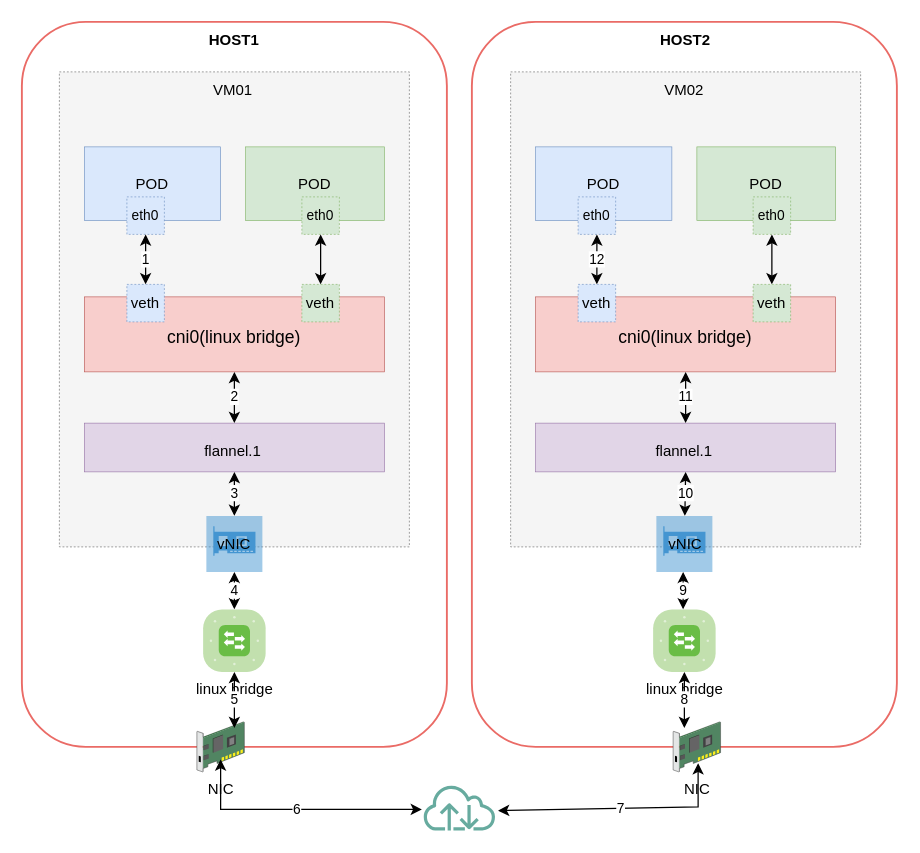
Before: all_in_one_different_host.drawio in qinxinliang/diagrams, a draw.io diagram. Source tidied: cells renumbered, new cells numbered last; positions are measured from the earlier drawing's top-left corner, leaving out a move shared by most shapes. Both pictures are drawn from the tidied source at 125%, with x=0, y=0 at pixel (21, 21).
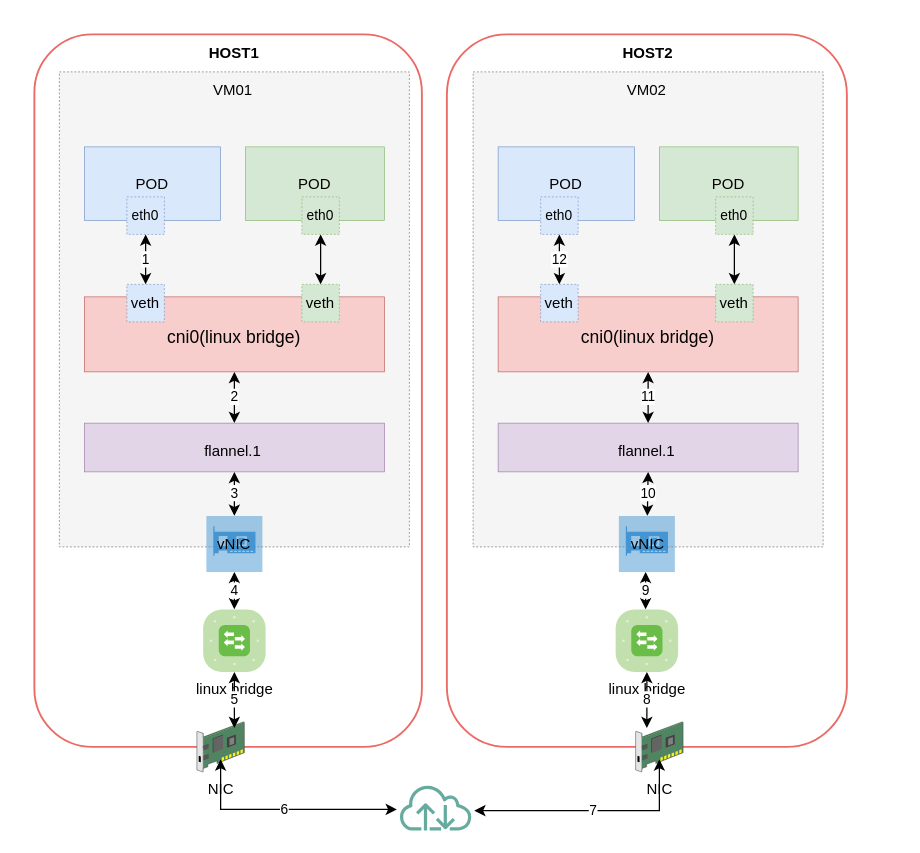
The same page after the edit.

The change refers to these unchanged cells:
```xml
<mxCell id="21" value="NIC" style="shadow=0;dashed=0;html=1;labelPosition=center;verticalLabelPosition=bottom;verticalAlign=top;align=center;outlineConnect=0;shape=mxgraph.veeam.3d.network_card;comic=0;" parent="1" vertex="1">
  <mxGeometry x="140" y="560" width="38" height="40" as="geometry" />
</mxCell>
```

The edit, as a diff of the source:
```diff
@@
     <mxCell id="2" style="rounded=1;whiteSpace=wrap;html=1;strokeWidth=1.5;comic=0;fillColor=none;strokeColor=#EA6B66;" parent="1" vertex="1">
-      <mxGeometry x="360" width="340" height="580" as="geometry" />
+      <mxGeometry x="340" y="10" width="320" height="570" as="geometry" />
     </mxCell>
     <mxCell id="3" style="rounded=1;whiteSpace=wrap;html=1;strokeWidth=1.5;comic=0;fillColor=none;strokeColor=#EA6B66;" parent="1" vertex="1">
-      <mxGeometry width="340" height="580" as="geometry" />
+      <mxGeometry x="10" y="10" width="310" height="570" as="geometry" />
     </mxCell>
@@
     <mxCell id="17" style="rounded=0;whiteSpace=wrap;html=1;strokeWidth=0.5;dashed=1;fillColor=#f5f5f5;fontColor=#333333;strokeColor=#666666;comic=0;" parent="1" vertex="1">
-      <mxGeometry x="391" y="40" width="280" height="380" as="geometry" />
+      <mxGeometry x="361" y="40" width="280" height="380" as="geometry" />
     </mxCell>
     <mxCell id="18" value="POD" style="rounded=0;whiteSpace=wrap;html=1;strokeWidth=0.5;fillColor=#dae8fc;strokeColor=#6c8ebf;comic=0;" parent="1" vertex="1">
-      <mxGeometry x="411" y="100" width="109" height="59" as="geometry" />
+      <mxGeometry x="381" y="100" width="109" height="59" as="geometry" />
     </mxCell>
     <mxCell id="19" value="&lt;div&gt;&lt;br&gt;&lt;/div&gt;&lt;div&gt;cni0(linux bridge)&lt;/div&gt;" style="whiteSpace=wrap;html=1;fillColor=#f8cecc;fontSize=14;strokeColor=#b85450;verticalAlign=top;strokeWidth=0.5;comic=0;" parent="1" vertex="1">
-      <mxGeometry x="411" y="220" width="240" height="60" as="geometry" />
+      <mxGeometry x="381" y="220" width="240" height="60" as="geometry" />
     </mxCell>
     <mxCell id="20" value="VM02" style="text;html=1;strokeColor=none;fillColor=none;align=center;verticalAlign=middle;whiteSpace=wrap;rounded=0;comic=0;" parent="1" vertex="1">
-      <mxGeometry x="500" y="40" width="60" height="30" as="geometry" />
+      <mxGeometry x="470" y="40" width="60" height="30" as="geometry" />
     </mxCell>
@@
     <mxCell id="22" value="POD" style="rounded=0;whiteSpace=wrap;html=1;strokeWidth=0.5;fillColor=#d5e8d4;strokeColor=#82b366;comic=0;" parent="1" vertex="1">
-      <mxGeometry x="540" y="100" width="111" height="59" as="geometry" />
+      <mxGeometry x="510" y="100" width="111" height="59" as="geometry" />
     </mxCell>
     <mxCell id="23" value="&lt;font style=&quot;font-size: 11px;&quot;&gt;eth0&lt;/font&gt;" style="rounded=0;whiteSpace=wrap;html=1;strokeWidth=0.5;fillColor=#dae8fc;strokeColor=#6c8ebf;dashed=1;comic=0;" parent="1" vertex="1">
-      <mxGeometry x="445" y="140" width="30" height="30" as="geometry" />
+      <mxGeometry x="415" y="140" width="30" height="30" as="geometry" />
     </mxCell>
     <mxCell id="24" value="veth" style="rounded=0;whiteSpace=wrap;html=1;strokeWidth=0.5;fillColor=#dae8fc;strokeColor=#6c8ebf;dashed=1;comic=0;" parent="1" vertex="1">
-      <mxGeometry x="445" y="210" width="30" height="30" as="geometry" />
+      <mxGeometry x="415" y="210" width="30" height="30" as="geometry" />
     </mxCell>
@@
     <mxCell id="26" value="&lt;font style=&quot;font-size: 11px;&quot;&gt;eth0&lt;/font&gt;" style="rounded=0;whiteSpace=wrap;html=1;strokeWidth=0.5;fillColor=#d5e8d4;strokeColor=#82b366;dashed=1;comic=0;" parent="1" vertex="1">
-      <mxGeometry x="585" y="140" width="30" height="30" as="geometry" />
+      <mxGeometry x="555" y="140" width="30" height="30" as="geometry" />
     </mxCell>
     <mxCell id="27" value="veth" style="rounded=0;whiteSpace=wrap;html=1;strokeWidth=0.5;fillColor=#d5e8d4;strokeColor=#82b366;dashed=1;comic=0;" parent="1" vertex="1">
-      <mxGeometry x="585" y="210" width="30" height="30" as="geometry" />
+      <mxGeometry x="555" y="210" width="30" height="30" as="geometry" />
     </mxCell>
@@
     <mxCell id="29" style="whiteSpace=wrap;html=1;fillColor=#e1d5e7;fontSize=14;strokeColor=#9673a6;verticalAlign=top;strokeWidth=0.5;comic=0;" parent="1" vertex="1">
-      <mxGeometry x="411" y="321" width="240" height="39" as="geometry" />
+      <mxGeometry x="381" y="321" width="240" height="39" as="geometry" />
     </mxCell>
     <mxCell id="30" value="&lt;div&gt;&lt;br&gt;&lt;/div&gt;&lt;div&gt;flannel.1&lt;/div&gt;" style="text;html=1;strokeColor=none;fillColor=none;align=center;verticalAlign=middle;whiteSpace=wrap;rounded=0;comic=0;" parent="1" vertex="1">
-      <mxGeometry x="500" y="331" width="60" height="10" as="geometry" />
+      <mxGeometry x="470" y="331" width="60" height="10" as="geometry" />
     </mxCell>
@@
     <mxCell id="36" style="shadow=0;dashed=0;html=1;strokeColor=none;fillColor=#4495D1;labelPosition=center;verticalLabelPosition=bottom;verticalAlign=top;align=center;outlineConnect=0;shape=mxgraph.veeam.2d.vnic;comic=0;" parent="1" vertex="1">
-      <mxGeometry x="507.6" y="395.2" width="44.8" height="44.8" as="geometry" />
+      <mxGeometry x="477.6" y="395.2" width="44.8" height="44.8" as="geometry" />
     </mxCell>
@@
     <mxCell id="38" value="&lt;b&gt;HOST1&lt;/b&gt;" style="text;html=1;strokeColor=none;fillColor=none;align=center;verticalAlign=middle;whiteSpace=wrap;rounded=0;comic=0;" parent="1" vertex="1">
-      <mxGeometry x="140" width="60" height="30" as="geometry" />
+      <mxGeometry x="140" y="10" width="60" height="30" as="geometry" />
     </mxCell>
@@
     <mxCell id="40" value="vNIC" style="text;html=1;strokeColor=none;fillColor=none;align=center;verticalAlign=middle;whiteSpace=wrap;rounded=0;comic=0;" parent="1" vertex="1">
-      <mxGeometry x="516" y="407.6" width="30" height="20" as="geometry" />
+      <mxGeometry x="486" y="407.6" width="30" height="20" as="geometry" />
     </mxCell>
     <mxCell id="41" style="sketch=0;outlineConnect=0;fontColor=#232F3E;gradientColor=none;fillColor=#67AB9F;strokeColor=none;dashed=0;verticalLabelPosition=bottom;verticalAlign=top;align=center;html=1;fontSize=12;fontStyle=0;shape=mxgraph.aws4.internet;comic=0;" parent="1" vertex="1">
-      <mxGeometry x="320" y="610" width="60" height="36.9" as="geometry" />
+      <mxGeometry x="301" y="610" width="60" height="36.9" as="geometry" />
     </mxCell>
     <mxCell id="42" value="linux bridge" style="verticalLabelPosition=bottom;sketch=0;html=1;fillColor=#6ABD46;strokeColor=#ffffff;verticalAlign=top;align=center;shape=mxgraph.cisco_safe.compositeIcon;bgIcon=mxgraph.cisco_safe.architecture.generic_appliance;resIcon=mxgraph.cisco_safe.architecture.switch;comic=0;" parent="1" vertex="1">
-      <mxGeometry x="505" y="470" width="50" height="50" as="geometry" />
+      <mxGeometry x="475" y="470" width="50" height="50" as="geometry" />
     </mxCell>
     <mxCell id="43" value="NIC" style="shadow=0;dashed=0;html=1;labelPosition=center;verticalLabelPosition=bottom;verticalAlign=top;align=center;outlineConnect=0;shape=mxgraph.veeam.3d.network_card;comic=0;" parent="1" vertex="1">
-      <mxGeometry x="521" y="560" width="38" height="40" as="geometry" />
+      <mxGeometry x="491" y="560" width="38" height="40" as="geometry" />
     </mxCell>
     <mxCell id="44" value="&lt;b&gt;HOST2&lt;/b&gt;" style="text;html=1;strokeColor=none;fillColor=none;align=center;verticalAlign=middle;whiteSpace=wrap;rounded=0;comic=0;" parent="1" vertex="1">
-      <mxGeometry x="501" width="60" height="30" as="geometry" />
+      <mxGeometry x="471" y="10" width="60" height="30" as="geometry" />
     </mxCell>
@@
     <mxCell id="47" value="6" style="endArrow=classic;startArrow=classic;html=1;rounded=0;exitX=0.5;exitY=0.75;exitDx=0;exitDy=0;exitPerimeter=0;" parent="1" edge="1" source="21">
       <mxGeometry relative="1" as="geometry">
-        <mxPoint x="320" y="630" as="targetPoint" />
+        <mxPoint x="300" y="630" as="targetPoint" />
         <Array as="points">
           <mxPoint x="159" y="630" />
         </Array>
       </mxGeometry>
     </mxCell>
-    <mxCell id="48" value="7" style="endArrow=classic;startArrow=classic;html=1;rounded=0;exitX=1.043;exitY=0.569;exitDx=0;exitDy=0;exitPerimeter=0;entryX=0.526;entryY=0.825;entryDx=0;entryDy=0;entryPerimeter=0;" parent="1" edge="1" source="41" target="43">
+    <mxCell id="48" value="7" style="endArrow=classic;startArrow=classic;html=1;rounded=0;exitX=1.043;exitY=0.569;exitDx=0;exitDy=0;exitPerimeter=0;" parent="1" edge="1" source="41">
       <mxGeometry relative="1" as="geometry">
+        <mxPoint x="510" y="590" as="targetPoint" />
         <Array as="points">
-          <mxPoint x="541" y="628" />
+          <mxPoint x="510" y="631" />
         </Array>
       </mxGeometry>
     </mxCell>
     <mxCell id="49" value="8" style="endArrow=classic;startArrow=classic;html=1;rounded=0;entryX=0.5;entryY=1;entryDx=0;entryDy=0;comic=0;entryPerimeter=0;" parent="1" edge="1">
       <mxGeometry relative="1" as="geometry">
-        <mxPoint x="530" y="565" as="sourcePoint" />
-        <mxPoint x="530" y="520" as="targetPoint" />
+        <mxPoint x="500" y="565" as="sourcePoint" />
+        <mxPoint x="500" y="520" as="targetPoint" />
       </mxGeometry>
     </mxCell>
     <mxCell id="50" value="9" style="endArrow=classic;startArrow=classic;html=1;rounded=0;comic=0;" parent="1" edge="1">
       <mxGeometry relative="1" as="geometry">
-        <mxPoint x="529" y="470" as="sourcePoint" />
-        <mxPoint x="529" y="440" as="targetPoint" />
+        <mxPoint x="499" y="470" as="sourcePoint" />
+        <mxPoint x="499" y="440" as="targetPoint" />
       </mxGeometry>
     </mxCell>
```
